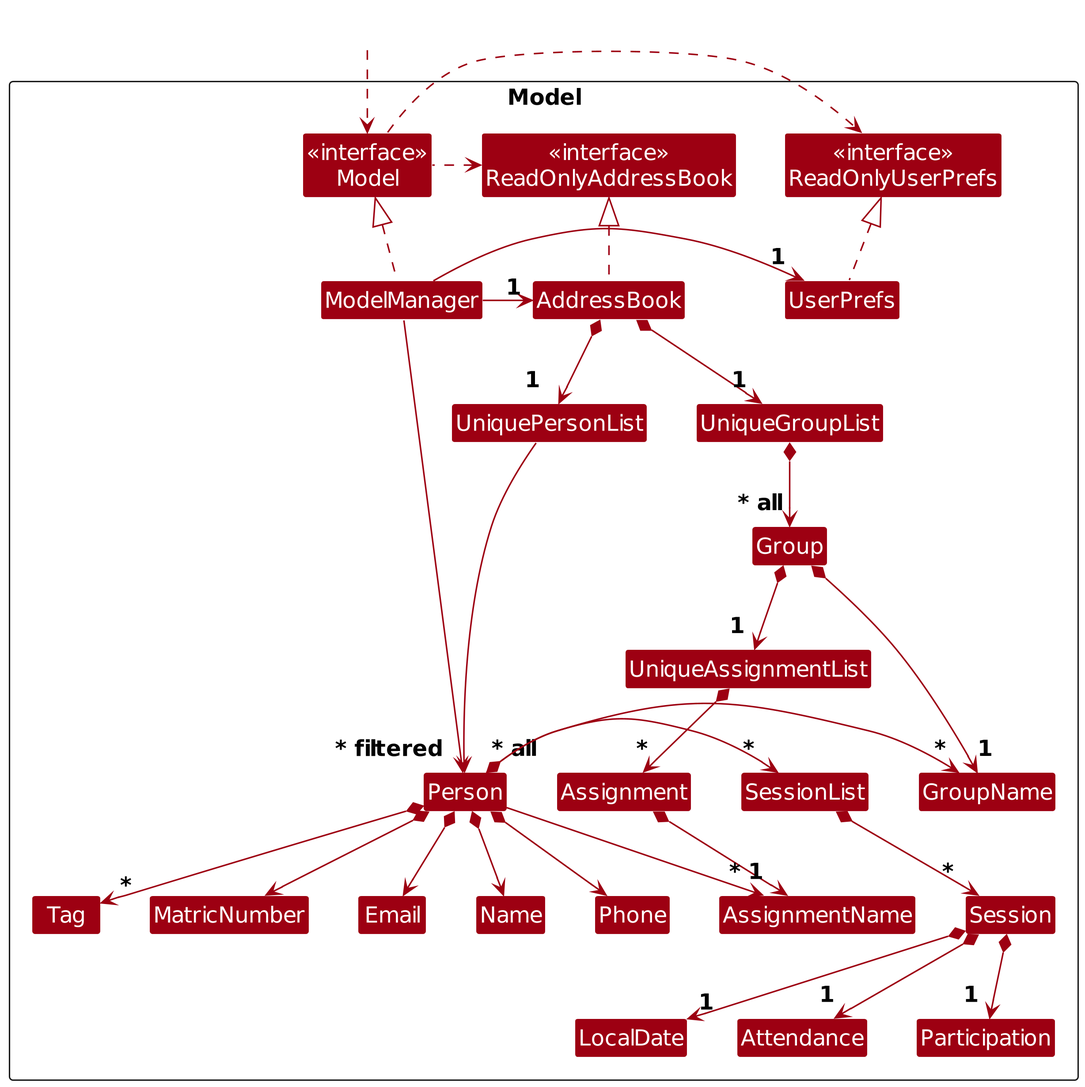
This is diagrams/ModelClassDiagram.png from AY2526S2-CS2103T-F14-1/tp, a PlantUML export, as it was before one commit. Its source is kept beside it as diagrams/ModelClassDiagram.puml. The source it was exported from:
```plantuml
@startuml
!include style.puml
skinparam arrowThickness 1.1
skinparam arrowColor MODEL_COLOR
skinparam classBackgroundColor MODEL_COLOR

Package Model as ModelPackage <<Rectangle>>{
Class "<<interface>>\nReadOnlyAddressBook" as ReadOnlyAddressBook
Class "<<interface>>\nReadOnlyUserPrefs" as ReadOnlyUserPrefs
Class "<<interface>>\nModel" as Model
Class AddressBook
Class ModelManager
Class UserPrefs

Class UniquePersonList
Class UniqueGroupList
Class UniqueAssignmentList
Class Group
Class GroupName
Class Assignment
Class AssignmentName
Class SessionList
Class Session
Class LocalDate
Class Attendance
Class Participation
Class Person
Class MatricNumber
Class Email
Class Name
Class Phone
Class Tag

Class I #FFFFFF
}

Class HiddenOutside #FFFFFF
HiddenOutside ..> Model

AddressBook .up.|> ReadOnlyAddressBook

ModelManager .up.|> Model
Model .right.> ReadOnlyUserPrefs
Model .left.> ReadOnlyAddressBook
ModelManager -left-> "1" AddressBook
ModelManager -right-> "1" UserPrefs
UserPrefs .up.|> ReadOnlyUserPrefs

AddressBook *--> "1  " UniquePersonList
AddressBook *--> " 1" UniqueGroupList
UniquePersonList ----> "  ~* all" Person
UniqueGroupList  *--> "~* all" Group
Group *--> "1 " GroupName
Group *--> "1 " UniqueAssignmentList
UniqueAssignmentList *--> " *" Assignment
Assignment *--> "1 " AssignmentName
Person *--> Name
Person -> "*" GroupName
Person *--> Phone
Person *--> Email
Person *--> MatricNumber
Person *--> " *" Tag
Person *-> " * " SessionList
Person --> "*" AssignmentName
SessionList *--> " * " Session
Session *--> "1 " LocalDate
Session *--> "1 " Attendance
Session *--> "1 " Participation

Person -[hidden]up--> I
UniquePersonList -[hidden]right-> I

Name -[hidden]right-> Phone
Phone -[hidden]right-> MatricNumber
MatricNumber -[hidden]right-> Email

ModelManager --> "~* filtered" Person
@enduml
```
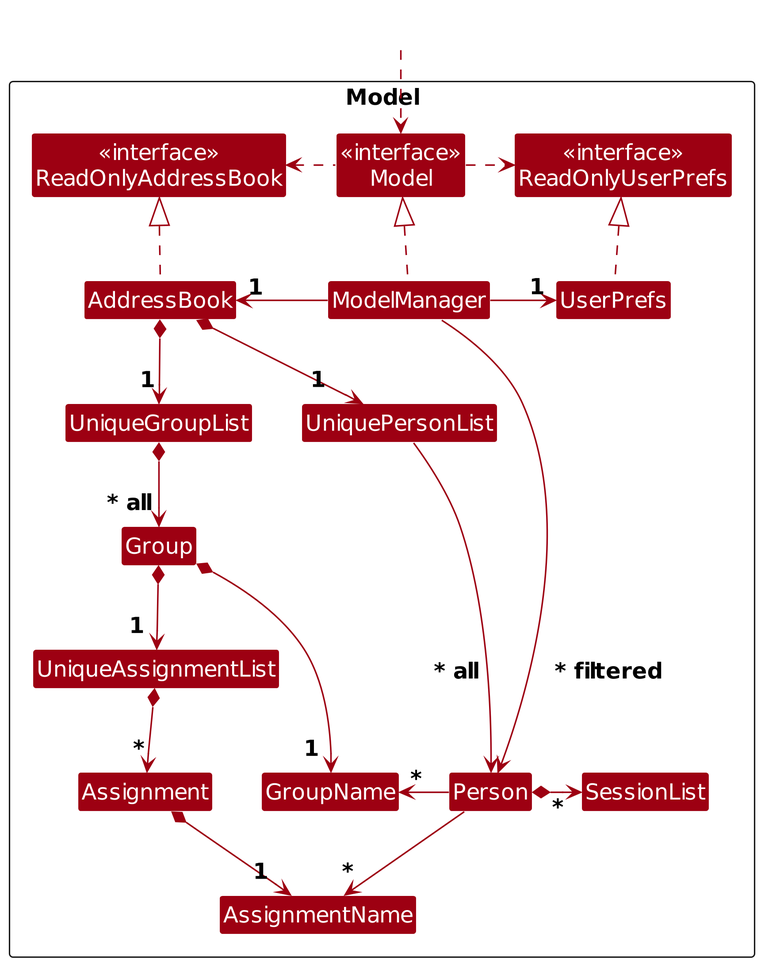
The same file after the commit.

Change to the diagram source:
```diff
@@ -4,7 +4,7 @@
 skinparam arrowColor MODEL_COLOR
 skinparam classBackgroundColor MODEL_COLOR
 
-Package Model as ModelPackage <<Rectangle>>{
+Package Model as ModelPackage <<Rectangle>> {
 Class "<<interface>>\nReadOnlyAddressBook" as ReadOnlyAddressBook
 Class "<<interface>>\nReadOnlyUserPrefs" as ReadOnlyUserPrefs
 Class "<<interface>>\nModel" as Model
@@ -20,16 +20,7 @@
 Class Assignment
 Class AssignmentName
 Class SessionList
-Class Session
-Class LocalDate
-Class Attendance
-Class Participation
 Class Person
-Class MatricNumber
-Class Email
-Class Name
-Class Phone
-Class Tag
 
 Class I #FFFFFF
 }
@@ -48,31 +39,18 @@
 
 AddressBook *--> "1  " UniquePersonList
 AddressBook *--> " 1" UniqueGroupList
-UniquePersonList ----> "  ~* all" Person
+UniquePersonList ----> " ~* all \n\n\n" Person
 UniqueGroupList  *--> "~* all" Group
 Group *--> "1 " GroupName
 Group *--> "1 " UniqueAssignmentList
 UniqueAssignmentList *--> " *" Assignment
 Assignment *--> "1 " AssignmentName
-Person *--> Name
 Person -> "*" GroupName
-Person *--> Phone
-Person *--> Email
-Person *--> MatricNumber
-Person *--> " *" Tag
 Person *-> " * " SessionList
 Person --> "*" AssignmentName
-SessionList *--> " * " Session
-Session *--> "1 " LocalDate
-Session *--> "1 " Attendance
-Session *--> "1 " Participation
 
 Person -[hidden]up--> I
 UniquePersonList -[hidden]right-> I
 
-Name -[hidden]right-> Phone
-Phone -[hidden]right-> MatricNumber
-MatricNumber -[hidden]right-> Email
-
-ModelManager --> "~* filtered" Person
+ModelManager --> "        ~* filtered\n\n\n" Person
 @enduml
```
